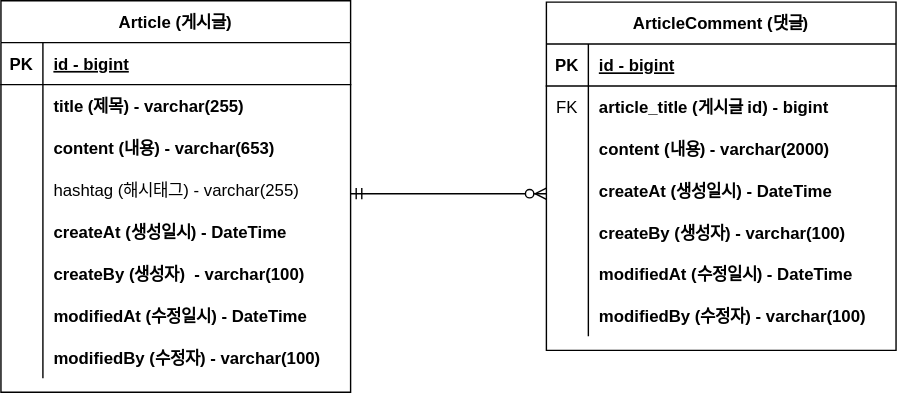
Before: document/project-board-erd.svg, a diagram exported from draw.io (hyun-sik94/project-board). Source tidied: cells renumbered, new cells last; positions are measured from the earlier drawing's top-left corner, leaving out a move shared by most shapes.
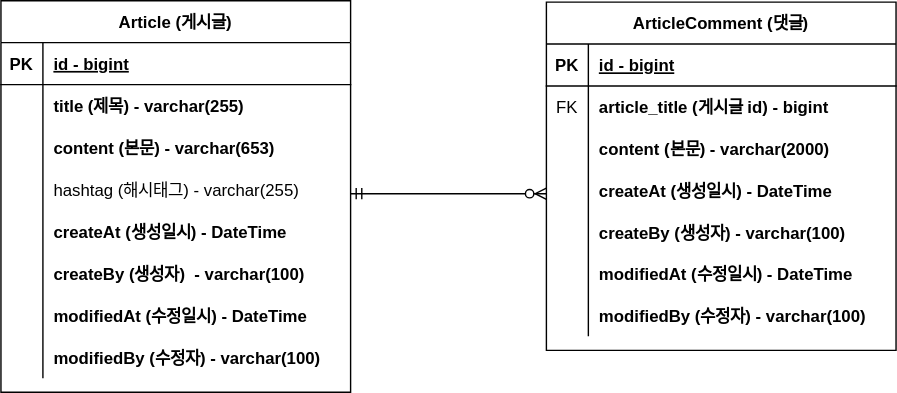
After the commit.

Commit message:
#8 - ERD 주석 업데이터 : project-board-erd.svg

The edit, as a diff of the source:
```diff
@@ -29,7 +29,7 @@
     <mxCell id="10" value="        " style="shape=partialRectangle;overflow=hidden;fillColor=none;top=0;left=0;bottom=0;right=0;" parent="9" vertex="1">
       <mxGeometry width="30" height="30" as="geometry" />
     </mxCell>
-    <mxCell id="11" value="content (내용) - varchar(653)" style="shape=partialRectangle;overflow=hidden;fillColor=none;top=0;left=0;bottom=0;right=0;align=left;spacingLeft=6;fontStyle=1;" parent="9" vertex="1">
+    <mxCell id="11" value="content (본문) - varchar(653)" style="shape=partialRectangle;overflow=hidden;fillColor=none;top=0;left=0;bottom=0;right=0;align=left;spacingLeft=6;fontStyle=1;" parent="9" vertex="1">
       <mxGeometry x="30" width="220" height="30" as="geometry" />
     </mxCell>
     <mxCell id="12" style="shape=partialRectangle;fillColor=none;top=0;left=0;right=0;bottom=0;" parent="2" vertex="1">
@@ -104,7 +104,7 @@
     <mxCell id="35" value="        " style="shape=partialRectangle;overflow=hidden;fillColor=none;top=0;left=0;bottom=0;right=0;" parent="34" vertex="1">
       <mxGeometry width="30" height="30" as="geometry" />
     </mxCell>
-    <mxCell id="36" value="content (내용) - varchar(2000)" style="shape=partialRectangle;overflow=hidden;fillColor=none;top=0;left=0;bottom=0;right=0;align=left;spacingLeft=6;fontStyle=1;" parent="34" vertex="1">
+    <mxCell id="36" value="content (본문) - varchar(2000)" style="shape=partialRectangle;overflow=hidden;fillColor=none;top=0;left=0;bottom=0;right=0;align=left;spacingLeft=6;fontStyle=1;" parent="34" vertex="1">
       <mxGeometry x="30" width="220" height="30" as="geometry" />
     </mxCell>
     <mxCell id="37" style="shape=partialRectangle;fillColor=none;top=0;left=0;right=0;bottom=0;" parent="27" vertex="1">
```
